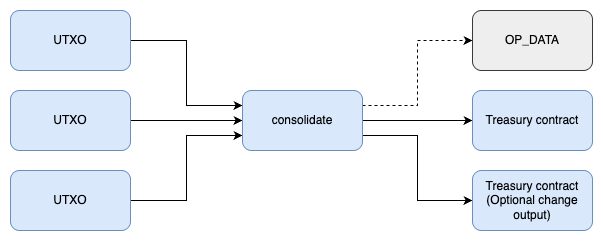
Above: images/consolidate-transaction.png in paytaca/stablehedge-paper (draw.io), before the change. Source tidied: cells renumbered, new cells last; positions are measured from the earlier drawing's top-left corner, leaving out a move shared by most shapes. The source it was exported from:
```xml
<mxGraphModel>
  <root>
    <mxCell id="0" />
    <mxCell id="1" parent="0" />
    <mxCell id="2" style="edgeStyle=orthogonalEdgeStyle;rounded=0;jettySize=auto;html=1;exitX=1;exitY=0.5;exitDx=0;exitDy=0;entryX=0;entryY=0.5;entryDx=0;entryDy=0;" parent="1" edge="1" source="3" target="11">
      <mxGeometry relative="1" as="geometry" />
    </mxCell>
    <mxCell id="3" value="UTXO" style="rounded=1;whiteSpace=wrap;html=1;fillColor=#dae8fc;strokeColor=#6c8ebf;" parent="1" vertex="1">
      <mxGeometry y="80" width="120" height="60" as="geometry" />
    </mxCell>
    <mxCell id="4" style="edgeStyle=orthogonalEdgeStyle;rounded=0;jettySize=auto;html=1;exitX=1;exitY=0.5;exitDx=0;exitDy=0;entryX=0;entryY=0.25;entryDx=0;entryDy=0;" parent="1" edge="1" source="5" target="11">
      <mxGeometry relative="1" as="geometry" />
    </mxCell>
    <mxCell id="5" value="UTXO" style="rounded=1;whiteSpace=wrap;html=1;fillColor=#dae8fc;strokeColor=#6c8ebf;" parent="1" vertex="1">
      <mxGeometry width="120" height="60" as="geometry" />
    </mxCell>
    <mxCell id="6" style="edgeStyle=orthogonalEdgeStyle;rounded=0;jettySize=auto;html=1;exitX=1;exitY=0.5;exitDx=0;exitDy=0;entryX=0;entryY=0.75;entryDx=0;entryDy=0;" parent="1" edge="1" source="7" target="11">
      <mxGeometry relative="1" as="geometry" />
    </mxCell>
    <mxCell id="7" value="UTXO" style="rounded=1;whiteSpace=wrap;html=1;fillColor=#dae8fc;strokeColor=#6c8ebf;" parent="1" vertex="1">
      <mxGeometry y="160" width="120" height="60" as="geometry" />
    </mxCell>
    <mxCell id="8" style="edgeStyle=orthogonalEdgeStyle;rounded=0;jettySize=auto;html=1;exitX=1;exitY=0.25;exitDx=0;exitDy=0;entryX=0;entryY=0.5;entryDx=0;entryDy=0;dashed=1;" parent="1" edge="1" source="11" target="12">
      <mxGeometry relative="1" as="geometry" />
    </mxCell>
    <mxCell id="9" style="edgeStyle=orthogonalEdgeStyle;rounded=0;jettySize=auto;html=1;exitX=1;exitY=0.5;exitDx=0;exitDy=0;entryX=0;entryY=0.5;entryDx=0;entryDy=0;" parent="1" edge="1" source="11" target="13">
      <mxGeometry relative="1" as="geometry" />
    </mxCell>
    <mxCell id="10" style="edgeStyle=orthogonalEdgeStyle;rounded=0;jettySize=auto;html=1;exitX=1;exitY=0.75;exitDx=0;exitDy=0;entryX=0;entryY=0.5;entryDx=0;entryDy=0;" parent="1" edge="1" source="11" target="14">
      <mxGeometry relative="1" as="geometry" />
    </mxCell>
    <mxCell id="11" value="consolidate" style="rounded=1;whiteSpace=wrap;html=1;fillColor=#dae8fc;strokeColor=#6c8ebf;" parent="1" vertex="1">
      <mxGeometry x="232" y="80" width="120" height="60" as="geometry" />
    </mxCell>
    <mxCell id="12" value="OP_DATA" style="rounded=1;whiteSpace=wrap;html=1;fillColor=#eeeeee;strokeColor=#36393d;" parent="1" vertex="1">
      <mxGeometry x="462" width="120" height="60" as="geometry" />
    </mxCell>
    <mxCell id="13" value="Treasury contract" style="rounded=1;whiteSpace=wrap;html=1;fillColor=#dae8fc;strokeColor=#6c8ebf;" parent="1" vertex="1">
      <mxGeometry x="462" y="80" width="120" height="60" as="geometry" />
    </mxCell>
    <mxCell id="14" value="Treasury contract (Optional change output)" style="rounded=1;whiteSpace=wrap;html=1;fillColor=#dae8fc;strokeColor=#6c8ebf;" parent="1" vertex="1">
      <mxGeometry x="462" y="160" width="120" height="60" as="geometry" />
    </mxCell>
  </root>
</mxGraphModel>
```
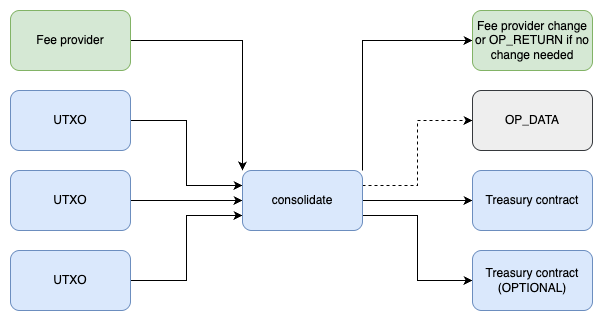
Above is the later version.

Commit message:
Updated diagrams and details in shorting and rebalance section

What changed in the source:
```diff
@@ -2,44 +2,56 @@
   <root>
     <mxCell id="0" />
     <mxCell id="1" parent="0" />
-    <mxCell id="2" style="edgeStyle=orthogonalEdgeStyle;rounded=0;jettySize=auto;html=1;exitX=1;exitY=0.5;exitDx=0;exitDy=0;entryX=0;entryY=0.5;entryDx=0;entryDy=0;" parent="1" edge="1" source="3" target="11">
+    <mxCell id="2" style="edgeStyle=orthogonalEdgeStyle;rounded=0;jettySize=auto;html=1;exitX=1;exitY=0.5;exitDx=0;exitDy=0;entryX=0;entryY=0.5;entryDx=0;entryDy=0;" parent="1" edge="1" source="3" target="12">
       <mxGeometry relative="1" as="geometry" />
     </mxCell>
     <mxCell id="3" value="UTXO" style="rounded=1;whiteSpace=wrap;html=1;fillColor=#dae8fc;strokeColor=#6c8ebf;" parent="1" vertex="1">
-      <mxGeometry y="80" width="120" height="60" as="geometry" />
+      <mxGeometry x="1179" y="145" width="120" height="60" as="geometry" />
     </mxCell>
-    <mxCell id="4" style="edgeStyle=orthogonalEdgeStyle;rounded=0;jettySize=auto;html=1;exitX=1;exitY=0.5;exitDx=0;exitDy=0;entryX=0;entryY=0.25;entryDx=0;entryDy=0;" parent="1" edge="1" source="5" target="11">
+    <mxCell id="4" style="edgeStyle=orthogonalEdgeStyle;rounded=0;jettySize=auto;html=1;exitX=1;exitY=0.5;exitDx=0;exitDy=0;entryX=0;entryY=0.25;entryDx=0;entryDy=0;" parent="1" edge="1" source="5" target="12">
       <mxGeometry relative="1" as="geometry" />
     </mxCell>
     <mxCell id="5" value="UTXO" style="rounded=1;whiteSpace=wrap;html=1;fillColor=#dae8fc;strokeColor=#6c8ebf;" parent="1" vertex="1">
-      <mxGeometry width="120" height="60" as="geometry" />
+      <mxGeometry x="1179" y="65" width="120" height="60" as="geometry" />
     </mxCell>
-    <mxCell id="6" style="edgeStyle=orthogonalEdgeStyle;rounded=0;jettySize=auto;html=1;exitX=1;exitY=0.5;exitDx=0;exitDy=0;entryX=0;entryY=0.75;entryDx=0;entryDy=0;" parent="1" edge="1" source="7" target="11">
+    <mxCell id="6" style="edgeStyle=orthogonalEdgeStyle;rounded=0;jettySize=auto;html=1;exitX=1;exitY=0.5;exitDx=0;exitDy=0;entryX=0;entryY=0.75;entryDx=0;entryDy=0;" parent="1" edge="1" source="7" target="12">
       <mxGeometry relative="1" as="geometry" />
     </mxCell>
     <mxCell id="7" value="UTXO" style="rounded=1;whiteSpace=wrap;html=1;fillColor=#dae8fc;strokeColor=#6c8ebf;" parent="1" vertex="1">
-      <mxGeometry y="160" width="120" height="60" as="geometry" />
+      <mxGeometry x="1179" y="225" width="120" height="60" as="geometry" />
     </mxCell>
-    <mxCell id="8" style="edgeStyle=orthogonalEdgeStyle;rounded=0;jettySize=auto;html=1;exitX=1;exitY=0.25;exitDx=0;exitDy=0;entryX=0;entryY=0.5;entryDx=0;entryDy=0;dashed=1;" parent="1" edge="1" source="11" target="12">
+    <mxCell id="8" style="edgeStyle=orthogonalEdgeStyle;rounded=0;jettySize=auto;html=1;exitX=1;exitY=0.25;exitDx=0;exitDy=0;entryX=0;entryY=0.5;entryDx=0;entryDy=0;dashed=1;" parent="1" edge="1" source="12" target="13">
       <mxGeometry relative="1" as="geometry" />
     </mxCell>
-    <mxCell id="9" style="edgeStyle=orthogonalEdgeStyle;rounded=0;jettySize=auto;html=1;exitX=1;exitY=0.5;exitDx=0;exitDy=0;entryX=0;entryY=0.5;entryDx=0;entryDy=0;" parent="1" edge="1" source="11" target="13">
+    <mxCell id="9" style="edgeStyle=orthogonalEdgeStyle;rounded=0;jettySize=auto;html=1;exitX=1;exitY=0.5;exitDx=0;exitDy=0;entryX=0;entryY=0.5;entryDx=0;entryDy=0;" parent="1" edge="1" source="12" target="14">
       <mxGeometry relative="1" as="geometry" />
     </mxCell>
-    <mxCell id="10" style="edgeStyle=orthogonalEdgeStyle;rounded=0;jettySize=auto;html=1;exitX=1;exitY=0.75;exitDx=0;exitDy=0;entryX=0;entryY=0.5;entryDx=0;entryDy=0;" parent="1" edge="1" source="11" target="14">
+    <mxCell id="10" style="edgeStyle=orthogonalEdgeStyle;rounded=0;jettySize=auto;html=1;exitX=1;exitY=0.75;exitDx=0;exitDy=0;entryX=0;entryY=0.5;entryDx=0;entryDy=0;" parent="1" edge="1" source="12" target="15">
       <mxGeometry relative="1" as="geometry" />
     </mxCell>
-    <mxCell id="11" value="consolidate" style="rounded=1;whiteSpace=wrap;html=1;fillColor=#dae8fc;strokeColor=#6c8ebf;" parent="1" vertex="1">
-      <mxGeometry x="232" y="80" width="120" height="60" as="geometry" />
+    <mxCell id="11" style="edgeStyle=orthogonalEdgeStyle;rounded=0;jettySize=auto;html=1;exitX=1;exitY=0;exitDx=0;exitDy=0;entryX=0;entryY=0.5;entryDx=0;entryDy=0;" parent="1" edge="1" source="12" target="18">
+      <mxGeometry relative="1" as="geometry" />
     </mxCell>
-    <mxCell id="12" value="OP_DATA" style="rounded=1;whiteSpace=wrap;html=1;fillColor=#eeeeee;strokeColor=#36393d;" parent="1" vertex="1">
-      <mxGeometry x="462" width="120" height="60" as="geometry" />
+    <mxCell id="12" value="consolidate" style="rounded=1;whiteSpace=wrap;html=1;fillColor=#dae8fc;strokeColor=#6c8ebf;" parent="1" vertex="1">
+      <mxGeometry x="1411" y="145" width="120" height="60" as="geometry" />
     </mxCell>
-    <mxCell id="13" value="Treasury contract" style="rounded=1;whiteSpace=wrap;html=1;fillColor=#dae8fc;strokeColor=#6c8ebf;" parent="1" vertex="1">
-      <mxGeometry x="462" y="80" width="120" height="60" as="geometry" />
+    <mxCell id="13" value="OP_DATA" style="rounded=1;whiteSpace=wrap;html=1;fillColor=#eeeeee;strokeColor=#36393d;" parent="1" vertex="1">
+      <mxGeometry x="1641" y="65" width="120" height="60" as="geometry" />
     </mxCell>
-    <mxCell id="14" value="Treasury contract (Optional change output)" style="rounded=1;whiteSpace=wrap;html=1;fillColor=#dae8fc;strokeColor=#6c8ebf;" parent="1" vertex="1">
-      <mxGeometry x="462" y="160" width="120" height="60" as="geometry" />
+    <mxCell id="14" value="Treasury contract" style="rounded=1;whiteSpace=wrap;html=1;fillColor=#dae8fc;strokeColor=#6c8ebf;" parent="1" vertex="1">
+      <mxGeometry x="1641" y="145" width="120" height="60" as="geometry" />
     </mxCell>
+    <mxCell id="15" value="Treasury contract (OPTIONAL)" style="rounded=1;whiteSpace=wrap;html=1;fillColor=#dae8fc;strokeColor=#6c8ebf;" parent="1" vertex="1">
+      <mxGeometry x="1641" y="225" width="120" height="60" as="geometry" />
+    </mxCell>
+    <mxCell id="16" style="edgeStyle=orthogonalEdgeStyle;rounded=0;jettySize=auto;html=1;exitX=1;exitY=0.5;exitDx=0;exitDy=0;entryX=0;entryY=0;entryDx=0;entryDy=0;" parent="1" edge="1" source="17" target="12">
+      <mxGeometry relative="1" as="geometry" />
+    </mxCell>
+    <mxCell id="17" value="Fee provider" style="rounded=1;whiteSpace=wrap;html=1;fillColor=#d5e8d4;strokeColor=#82b366;" parent="1" vertex="1">
+      <mxGeometry x="1179" y="-15" width="120" height="60" as="geometry" />
+    </mxCell>
+    <mxCell id="18" value="Fee provider change or OP_RETURN if no change needed" style="rounded=1;whiteSpace=wrap;html=1;fillColor=#d5e8d4;strokeColor=#82b366;" parent="1" vertex="1">
+      <mxGeometry x="1641" y="-15" width="120" height="60" as="geometry" />
+    </mxCell>
   </root>
 </mxGraphModel>
```
